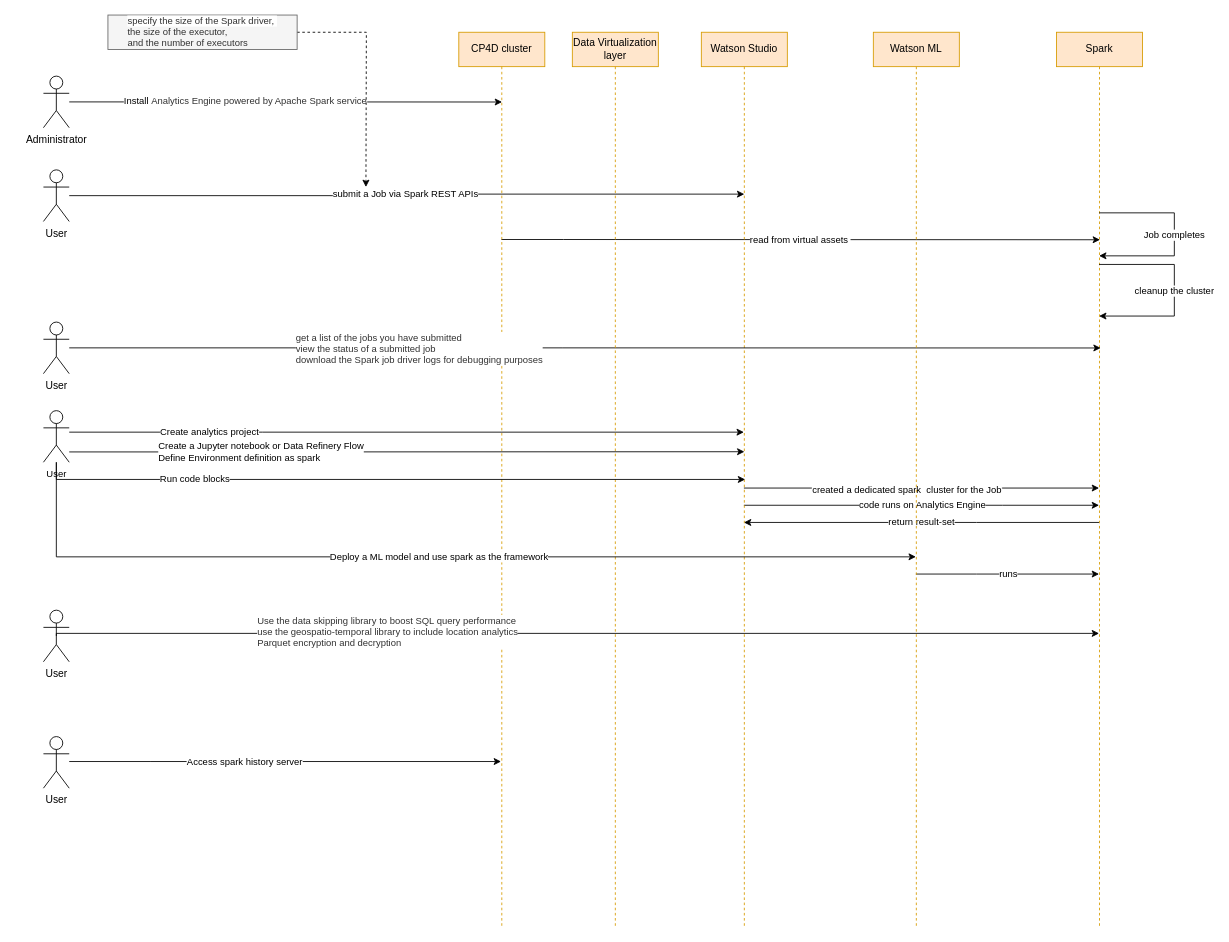
The draw.io diagram spark.drawio in kanchantewary/CloudPakForData, before the edit. Source tidied: cells renumbered, new cells numbered last; positions are measured from the earlier drawing's top-left corner, leaving out a move shared by most shapes. Both pictures are drawn from the tidied source at 86%, with x=0, y=0 at pixel (43, 15).
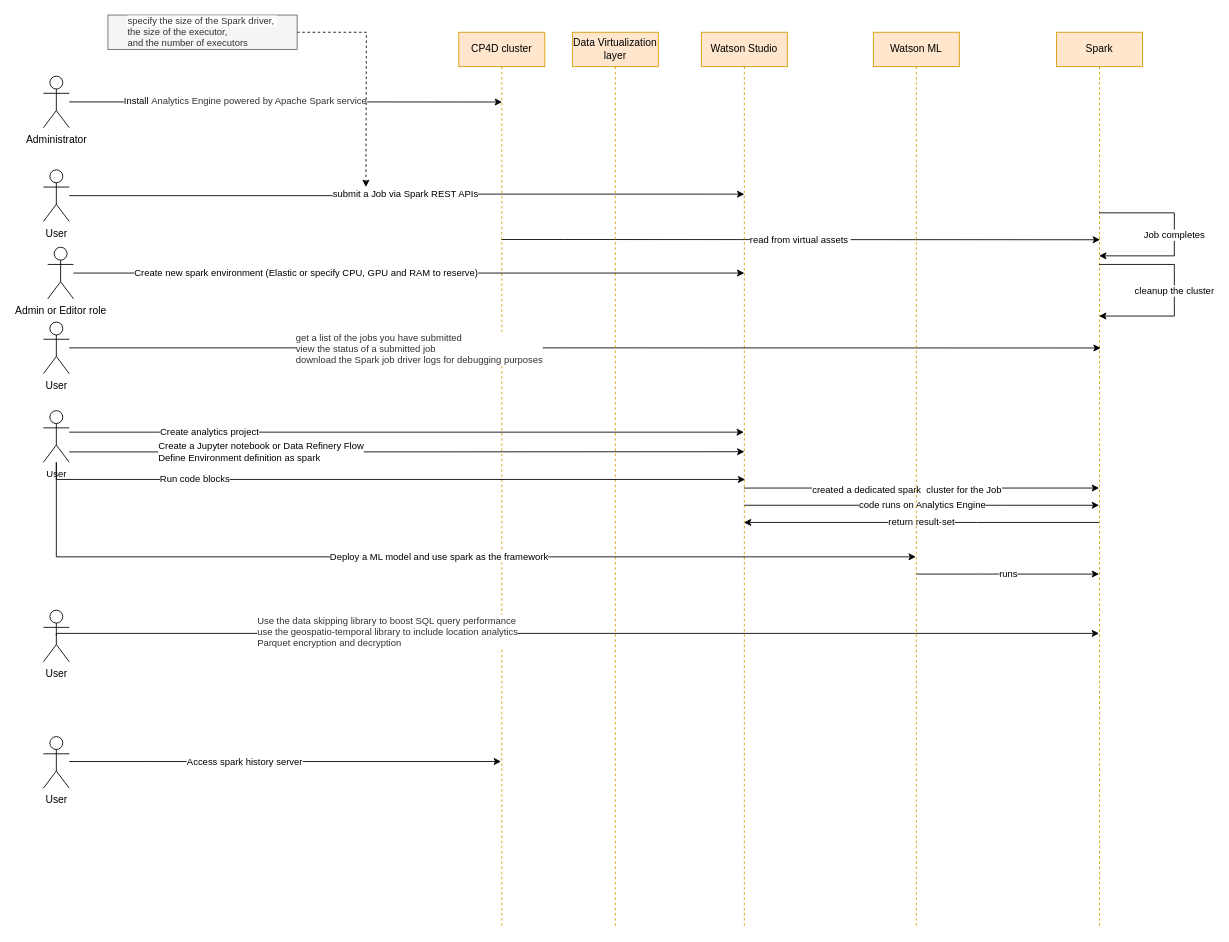
Above is the later version.

What changed in the source:
```diff
@@
+    <mxCell id="35" value="Create new spark environment (Elastic or specify CPU, GPU and RAM to reserve)" style="edgeStyle=orthogonalEdgeStyle;rounded=0;jettySize=auto;html=1;align=left;" parent="1" edge="1" source="36">
+      <mxGeometry x="-0.13" y="270" relative="1" as="geometry">
+        <mxPoint x="815" y="300" as="targetPoint" />
+        <Array as="points">
+          <mxPoint x="375" y="300" />
+          <mxPoint x="375" y="300" />
+        </Array>
+        <mxPoint x="-270" y="270" as="offset" />
+      </mxGeometry>
+    </mxCell>
+    <mxCell id="36" value="Admin or Editor role" style="shape=umlActor;verticalLabelPosition=bottom;verticalAlign=top;html=1;outlineConnect=0;" parent="1" vertex="1">
+      <mxGeometry x="5" y="270" width="30" height="60" as="geometry" />
+    </mxCell>
```
